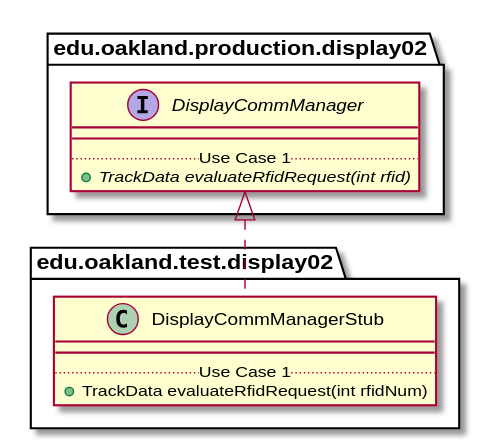
Earlier version of the PlantUML export docs/uml-class-diagrams/display02/test/DisplayCommManagerStub/DisplayCommManagerStub_Closure.svg (andrewdimmer/csi-3370-software-project).
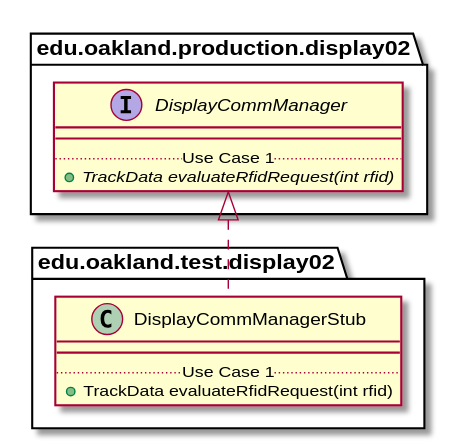
The same diagram one commit later.

The edit, as a diff of the source:
```diff
@@ -5,7 +5,7 @@
     class DisplayCommManagerStub {
         __
         .. Use Case 1 ..
-        + TrackData evaluateRfidRequest(int rfidNum)
+        + TrackData evaluateRfidRequest(int rfid)
     }
 }
 
```
